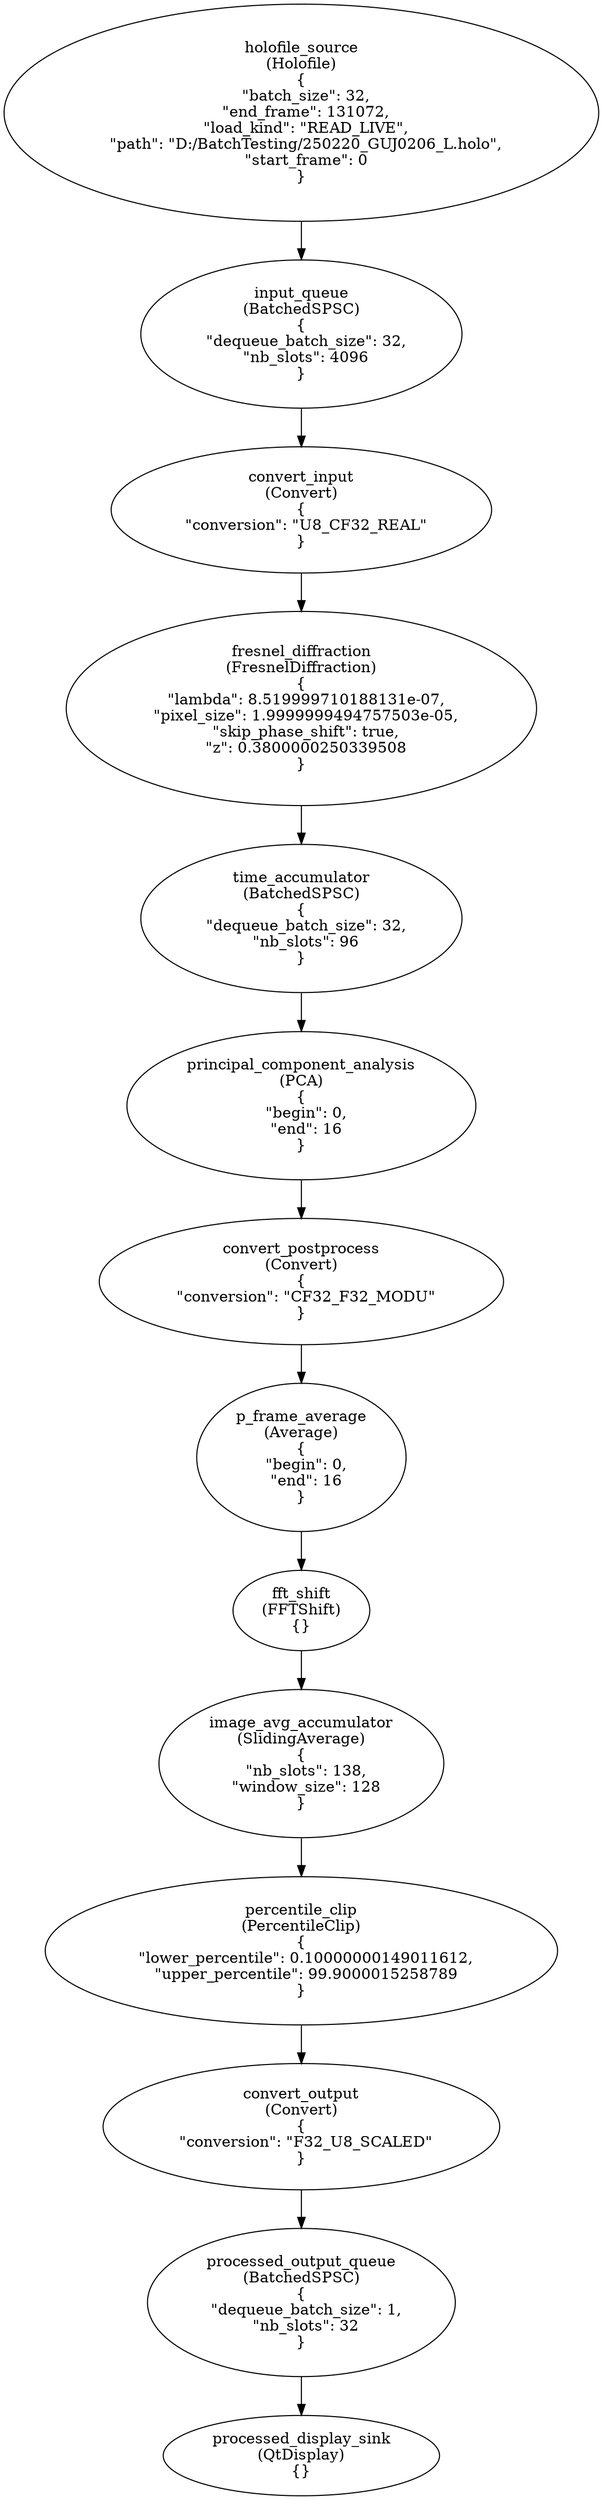
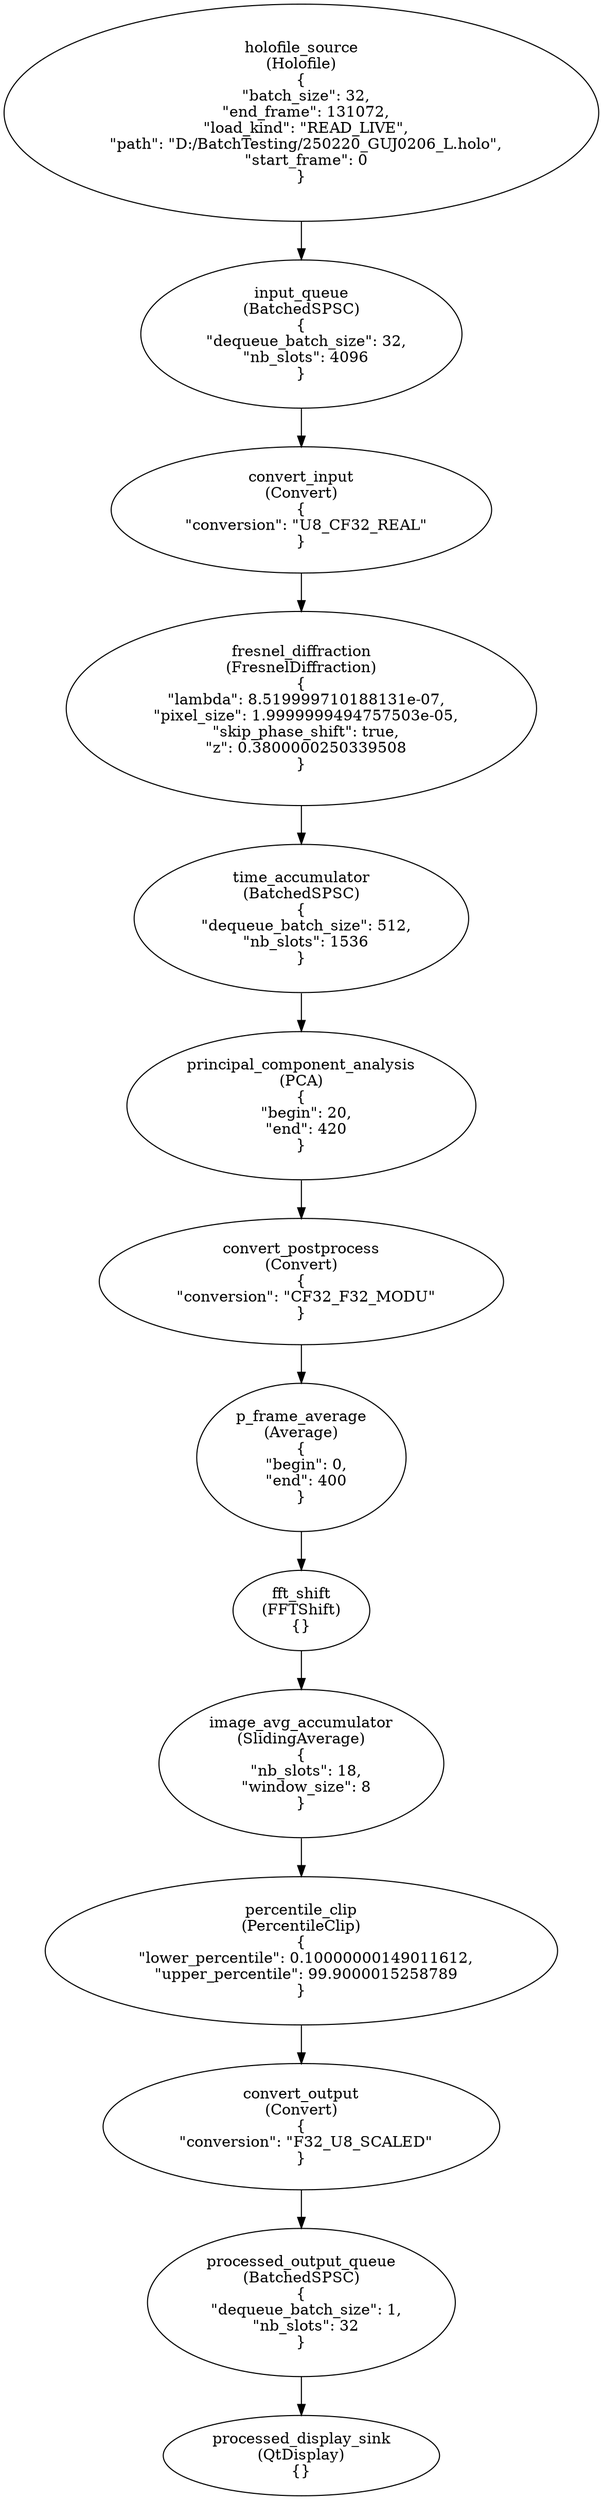
digraph G {
0[label="holofile_source\n(Holofile)\n{
  \"batch_size\": 32,
  \"end_frame\": 131072,
  \"load_kind\": \"READ_LIVE\",
  \"path\": \"D:/BatchTesting/250220_GUJ0206_L.holo\",
  \"start_frame\": 0
}"];
1[label="input_queue\n(BatchedSPSC)\n{
  \"dequeue_batch_size\": 32,
  \"nb_slots\": 4096
}"];
2[label="convert_input\n(Convert)\n{
  \"conversion\": \"U8_CF32_REAL\"
}"];
3[label="fresnel_diffraction\n(FresnelDiffraction)\n{
  \"lambda\": 8.519999710188131e-07,
  \"pixel_size\": 1.9999999494757503e-05,
  \"skip_phase_shift\": true,
  \"z\": 0.3800000250339508
}"];
4[label="time_accumulator\n(BatchedSPSC)\n{
-   \"dequeue_batch_size\": 32,
-   \"nb_slots\": 96
+   \"dequeue_batch_size\": 512,
+   \"nb_slots\": 1536
}"];
5[label="principal_component_analysis\n(PCA)\n{
-   \"begin\": 0,
-   \"end\": 16
+   \"begin\": 20,
+   \"end\": 420
}"];
6[label="convert_postprocess\n(Convert)\n{
  \"conversion\": \"CF32_F32_MODU\"
}"];
7[label="p_frame_average\n(Average)\n{
  \"begin\": 0,
-   \"end\": 16
+   \"end\": 400
}"];
8[label="fft_shift\n(FFTShift)\n{}"];
9[label="image_avg_accumulator\n(SlidingAverage)\n{
-   \"nb_slots\": 138,
-   \"window_size\": 128
+   \"nb_slots\": 18,
+   \"window_size\": 8
}"];
10[label="percentile_clip\n(PercentileClip)\n{
  \"lower_percentile\": 0.10000000149011612,
  \"upper_percentile\": 99.9000015258789
}"];
11[label="convert_output\n(Convert)\n{
  \"conversion\": \"F32_U8_SCALED\"
}"];
12[label="processed_output_queue\n(BatchedSPSC)\n{
  \"dequeue_batch_size\": 1,
  \"nb_slots\": 32
}"];
13[label="processed_display_sink\n(QtDisplay)\n{}"];
0->1 ;
1->2 ;
2->3 ;
3->4 ;
4->5 ;
5->6 ;
6->7 ;
7->8 ;
8->9 ;
9->10 ;
10->11 ;
11->12 ;
12->13 ;
}
